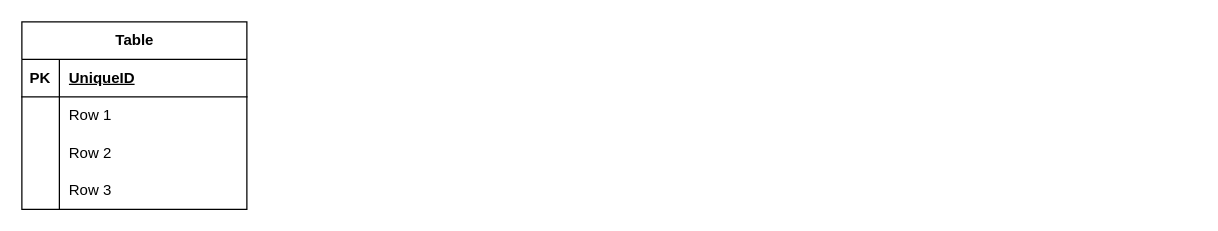
Before: inventory system.drawio in jorge-102025/ERD, a draw.io diagram. Source tidied: cells renumbered, new cells numbered last; positions are measured from the earlier drawing's top-left corner, leaving out a move shared by most shapes. Both pictures are drawn from the tidied source at 125%, with x=0, y=0 at pixel (21, 21).
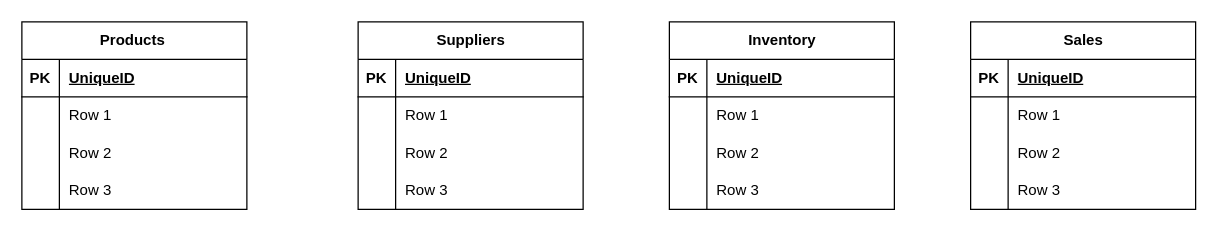
After the change.

Diff of the diagram source:
```diff
@@
-    <mxCell id="2" value="Table" style="shape=table;startSize=30;childLayout=tableLayout;rowLines=0;fontStyle=1;align=center;html=1;" parent="1" vertex="1">
+    <mxCell id="2" value="Products&amp;nbsp;" style="shape=table;startSize=30;childLayout=tableLayout;rowLines=0;fontStyle=1;align=center;html=1;" parent="1" vertex="1">
       <mxGeometry width="180" height="150" as="geometry" />
     </mxCell>
@@
+    <mxCell id="15" value="Suppliers" style="shape=table;startSize=30;childLayout=tableLayout;rowLines=0;fontStyle=1;align=center;html=1;" parent="1" vertex="1">
+      <mxGeometry x="269" width="180" height="150" as="geometry" />
+    </mxCell>
+    <mxCell id="16" style="shape=tableRow;horizontal=0;startSize=0;swimlaneHead=0;swimlaneBody=0;fillColor=none;top=0;left=0;right=0;bottom=1;" parent="15" vertex="1">
+      <mxGeometry y="30" width="180" height="30" as="geometry" />
+    </mxCell>
+    <mxCell id="17" value="PK" style="shape=partialRectangle;fillColor=none;top=0;left=0;bottom=0;right=0;fontStyle=1;overflow=hidden;whiteSpace=wrap;html=1;" parent="16" vertex="1">
+      <mxGeometry width="30" height="30" as="geometry" />
+    </mxCell>
+    <mxCell id="18" value="UniqueID" style="shape=partialRectangle;fillColor=none;top=0;left=0;bottom=0;right=0;align=left;spacingLeft=6;fontStyle=5;overflow=hidden;whiteSpace=wrap;html=1;" parent="16" vertex="1">
+      <mxGeometry x="30" width="150" height="30" as="geometry" />
+    </mxCell>
+    <mxCell id="19" style="shape=tableRow;horizontal=0;startSize=0;swimlaneHead=0;swimlaneBody=0;fillColor=none;top=0;left=0;right=0;bottom=0;" parent="15" vertex="1">
+      <mxGeometry y="60" width="180" height="30" as="geometry" />
+    </mxCell>
+    <mxCell id="20" style="shape=partialRectangle;fillColor=none;top=0;left=0;bottom=0;right=0;overflow=hidden;whiteSpace=wrap;html=1;" parent="19" vertex="1">
+      <mxGeometry width="30" height="30" as="geometry" />
+    </mxCell>
+    <mxCell id="21" value="Row 1" style="shape=partialRectangle;fillColor=none;top=0;left=0;bottom=0;right=0;align=left;spacingLeft=6;overflow=hidden;whiteSpace=wrap;html=1;" parent="19" vertex="1">
+      <mxGeometry x="30" width="150" height="30" as="geometry" />
+    </mxCell>
+    <mxCell id="22" style="shape=tableRow;horizontal=0;startSize=0;swimlaneHead=0;swimlaneBody=0;fillColor=none;top=0;left=0;right=0;bottom=0;" parent="15" vertex="1">
+      <mxGeometry y="90" width="180" height="30" as="geometry" />
+    </mxCell>
+    <mxCell id="23" style="shape=partialRectangle;fillColor=none;top=0;left=0;bottom=0;right=0;overflow=hidden;whiteSpace=wrap;html=1;" parent="22" vertex="1">
+      <mxGeometry width="30" height="30" as="geometry" />
+    </mxCell>
+    <mxCell id="24" value="Row 2" style="shape=partialRectangle;fillColor=none;top=0;left=0;bottom=0;right=0;align=left;spacingLeft=6;overflow=hidden;whiteSpace=wrap;html=1;" parent="22" vertex="1">
+      <mxGeometry x="30" width="150" height="30" as="geometry" />
+    </mxCell>
+    <mxCell id="25" style="shape=tableRow;horizontal=0;startSize=0;swimlaneHead=0;swimlaneBody=0;fillColor=none;top=0;left=0;right=0;bottom=0;" parent="15" vertex="1">
+      <mxGeometry y="120" width="180" height="30" as="geometry" />
+    </mxCell>
+    <mxCell id="26" style="shape=partialRectangle;fillColor=none;top=0;left=0;bottom=0;right=0;overflow=hidden;whiteSpace=wrap;html=1;" parent="25" vertex="1">
+      <mxGeometry width="30" height="30" as="geometry" />
+    </mxCell>
+    <mxCell id="27" value="Row 3" style="shape=partialRectangle;fillColor=none;top=0;left=0;bottom=0;right=0;align=left;spacingLeft=6;overflow=hidden;whiteSpace=wrap;html=1;" parent="25" vertex="1">
+      <mxGeometry x="30" width="150" height="30" as="geometry" />
+    </mxCell>
+    <mxCell id="28" value="Inventory" style="shape=table;startSize=30;childLayout=tableLayout;rowLines=0;fontStyle=1;align=center;html=1;" parent="1" vertex="1">
+      <mxGeometry x="518" width="180" height="150" as="geometry" />
+    </mxCell>
+    <mxCell id="29" style="shape=tableRow;horizontal=0;startSize=0;swimlaneHead=0;swimlaneBody=0;fillColor=none;top=0;left=0;right=0;bottom=1;" parent="28" vertex="1">
+      <mxGeometry y="30" width="180" height="30" as="geometry" />
+    </mxCell>
+    <mxCell id="30" value="PK" style="shape=partialRectangle;fillColor=none;top=0;left=0;bottom=0;right=0;fontStyle=1;overflow=hidden;whiteSpace=wrap;html=1;" parent="29" vertex="1">
+      <mxGeometry width="30" height="30" as="geometry" />
+    </mxCell>
+    <mxCell id="31" value="UniqueID" style="shape=partialRectangle;fillColor=none;top=0;left=0;bottom=0;right=0;align=left;spacingLeft=6;fontStyle=5;overflow=hidden;whiteSpace=wrap;html=1;" parent="29" vertex="1">
+      <mxGeometry x="30" width="150" height="30" as="geometry" />
+    </mxCell>
+    <mxCell id="32" style="shape=tableRow;horizontal=0;startSize=0;swimlaneHead=0;swimlaneBody=0;fillColor=none;top=0;left=0;right=0;bottom=0;" parent="28" vertex="1">
+      <mxGeometry y="60" width="180" height="30" as="geometry" />
+    </mxCell>
+    <mxCell id="33" style="shape=partialRectangle;fillColor=none;top=0;left=0;bottom=0;right=0;overflow=hidden;whiteSpace=wrap;html=1;" parent="32" vertex="1">
+      <mxGeometry width="30" height="30" as="geometry" />
+    </mxCell>
+    <mxCell id="34" value="Row 1" style="shape=partialRectangle;fillColor=none;top=0;left=0;bottom=0;right=0;align=left;spacingLeft=6;overflow=hidden;whiteSpace=wrap;html=1;" parent="32" vertex="1">
+      <mxGeometry x="30" width="150" height="30" as="geometry" />
+    </mxCell>
+    <mxCell id="35" style="shape=tableRow;horizontal=0;startSize=0;swimlaneHead=0;swimlaneBody=0;fillColor=none;top=0;left=0;right=0;bottom=0;" parent="28" vertex="1">
+      <mxGeometry y="90" width="180" height="30" as="geometry" />
+    </mxCell>
+    <mxCell id="36" style="shape=partialRectangle;fillColor=none;top=0;left=0;bottom=0;right=0;overflow=hidden;whiteSpace=wrap;html=1;" parent="35" vertex="1">
+      <mxGeometry width="30" height="30" as="geometry" />
+    </mxCell>
+    <mxCell id="37" value="Row 2" style="shape=partialRectangle;fillColor=none;top=0;left=0;bottom=0;right=0;align=left;spacingLeft=6;overflow=hidden;whiteSpace=wrap;html=1;" parent="35" vertex="1">
+      <mxGeometry x="30" width="150" height="30" as="geometry" />
+    </mxCell>
+    <mxCell id="38" style="shape=tableRow;horizontal=0;startSize=0;swimlaneHead=0;swimlaneBody=0;fillColor=none;top=0;left=0;right=0;bottom=0;" parent="28" vertex="1">
+      <mxGeometry y="120" width="180" height="30" as="geometry" />
+    </mxCell>
+    <mxCell id="39" style="shape=partialRectangle;fillColor=none;top=0;left=0;bottom=0;right=0;overflow=hidden;whiteSpace=wrap;html=1;" parent="38" vertex="1">
+      <mxGeometry width="30" height="30" as="geometry" />
+    </mxCell>
+    <mxCell id="40" value="Row 3" style="shape=partialRectangle;fillColor=none;top=0;left=0;bottom=0;right=0;align=left;spacingLeft=6;overflow=hidden;whiteSpace=wrap;html=1;" parent="38" vertex="1">
+      <mxGeometry x="30" width="150" height="30" as="geometry" />
+    </mxCell>
+    <mxCell id="41" value="Sales" style="shape=table;startSize=30;childLayout=tableLayout;rowLines=0;fontStyle=1;align=center;html=1;" parent="1" vertex="1">
+      <mxGeometry x="759" width="180" height="150" as="geometry" />
+    </mxCell>
+    <mxCell id="42" style="shape=tableRow;horizontal=0;startSize=0;swimlaneHead=0;swimlaneBody=0;fillColor=none;top=0;left=0;right=0;bottom=1;" parent="41" vertex="1">
+      <mxGeometry y="30" width="180" height="30" as="geometry" />
+    </mxCell>
+    <mxCell id="43" value="PK" style="shape=partialRectangle;fillColor=none;top=0;left=0;bottom=0;right=0;fontStyle=1;overflow=hidden;whiteSpace=wrap;html=1;" parent="42" vertex="1">
+      <mxGeometry width="30" height="30" as="geometry" />
+    </mxCell>
+    <mxCell id="44" value="UniqueID" style="shape=partialRectangle;fillColor=none;top=0;left=0;bottom=0;right=0;align=left;spacingLeft=6;fontStyle=5;overflow=hidden;whiteSpace=wrap;html=1;" parent="42" vertex="1">
+      <mxGeometry x="30" width="150" height="30" as="geometry" />
+    </mxCell>
+    <mxCell id="45" style="shape=tableRow;horizontal=0;startSize=0;swimlaneHead=0;swimlaneBody=0;fillColor=none;top=0;left=0;right=0;bottom=0;" parent="41" vertex="1">
+      <mxGeometry y="60" width="180" height="30" as="geometry" />
+    </mxCell>
+    <mxCell id="46" style="shape=partialRectangle;fillColor=none;top=0;left=0;bottom=0;right=0;overflow=hidden;whiteSpace=wrap;html=1;" parent="45" vertex="1">
+      <mxGeometry width="30" height="30" as="geometry" />
+    </mxCell>
+    <mxCell id="47" value="Row 1" style="shape=partialRectangle;fillColor=none;top=0;left=0;bottom=0;right=0;align=left;spacingLeft=6;overflow=hidden;whiteSpace=wrap;html=1;" parent="45" vertex="1">
+      <mxGeometry x="30" width="150" height="30" as="geometry" />
+    </mxCell>
+    <mxCell id="48" style="shape=tableRow;horizontal=0;startSize=0;swimlaneHead=0;swimlaneBody=0;fillColor=none;top=0;left=0;right=0;bottom=0;" parent="41" vertex="1">
+      <mxGeometry y="90" width="180" height="30" as="geometry" />
+    </mxCell>
+    <mxCell id="49" style="shape=partialRectangle;fillColor=none;top=0;left=0;bottom=0;right=0;overflow=hidden;whiteSpace=wrap;html=1;" parent="48" vertex="1">
+      <mxGeometry width="30" height="30" as="geometry" />
+    </mxCell>
+    <mxCell id="50" value="Row 2" style="shape=partialRectangle;fillColor=none;top=0;left=0;bottom=0;right=0;align=left;spacingLeft=6;overflow=hidden;whiteSpace=wrap;html=1;" parent="48" vertex="1">
+      <mxGeometry x="30" width="150" height="30" as="geometry" />
+    </mxCell>
+    <mxCell id="51" style="shape=tableRow;horizontal=0;startSize=0;swimlaneHead=0;swimlaneBody=0;fillColor=none;top=0;left=0;right=0;bottom=0;" parent="41" vertex="1">
+      <mxGeometry y="120" width="180" height="30" as="geometry" />
+    </mxCell>
+    <mxCell id="52" style="shape=partialRectangle;fillColor=none;top=0;left=0;bottom=0;right=0;overflow=hidden;whiteSpace=wrap;html=1;" parent="51" vertex="1">
+      <mxGeometry width="30" height="30" as="geometry" />
+    </mxCell>
+    <mxCell id="53" value="Row 3" style="shape=partialRectangle;fillColor=none;top=0;left=0;bottom=0;right=0;align=left;spacingLeft=6;overflow=hidden;whiteSpace=wrap;html=1;" parent="51" vertex="1">
+      <mxGeometry x="30" width="150" height="30" as="geometry" />
+    </mxCell>
```
